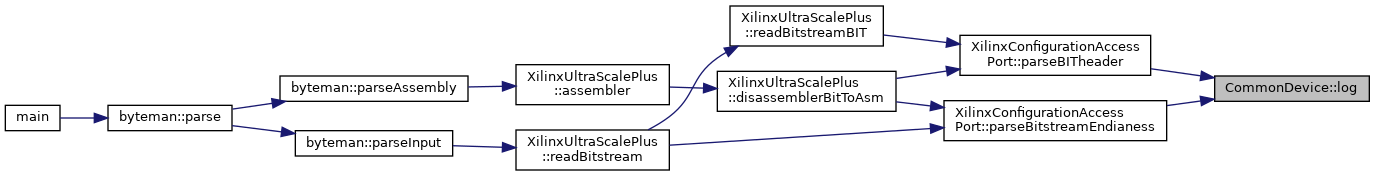
Before: classCommonDevice_aa42337dfb4b5ff34a063c2145ab87478_icgraph.png, a diagram exported from Graphviz (FPGA-Research-Manchester/byteman). Its source is kept beside it as classCommonDevice_aa42337dfb4b5ff34a063c2145ab87478_icgraph.dot.
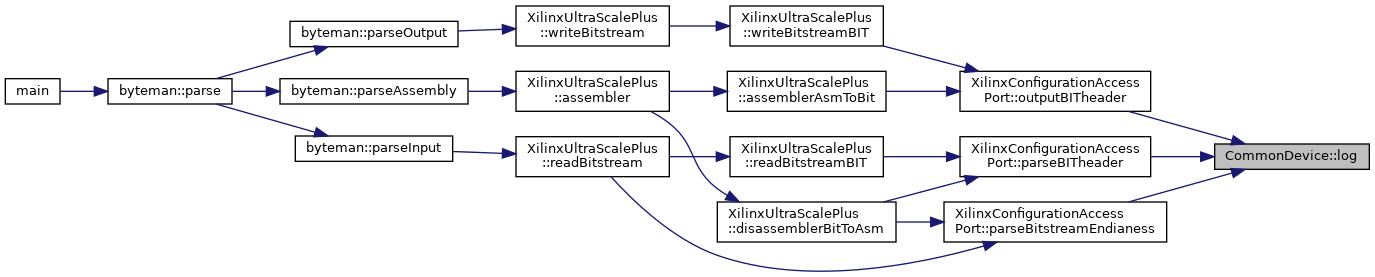
The same diagram one commit later.

Diff of the diagram source:
```diff
@@ -5,9 +5,9 @@
   rankdir="RL";
   Node1 [label="CommonDevice::log",height=0.2,width=0.4,color="black", fillcolor="grey75", style="filled", fontcolor="black",tooltip=" "];
   Node1 -> Node2 [dir="back",color="midnightblue",fontsize="10",style="solid",fontname="Helvetica"];
-  Node2 [label="XilinxConfigurationAccess\lPort::parseBITheader",height=0.2,width=0.4,color="black", fillcolor="white", style="filled",URL="$classXilinxConfigurationAccessPort.html#a0eb1cd9757987010e6879268ae412b4e",tooltip=" "];
+  Node2 [label="XilinxConfigurationAccess\lPort::outputBITheader",height=0.2,width=0.4,color="black", fillcolor="white", style="filled",URL="$classXilinxConfigurationAccessPort.html#a80c8f1b9404adad15c0eb26612e0f028",tooltip=" "];
   Node2 -> Node3 [dir="back",color="midnightblue",fontsize="10",style="solid",fontname="Helvetica"];
-  Node3 [label="XilinxUltraScalePlus\l::disassemblerBitToAsm",height=0.2,width=0.4,color="black", fillcolor="white", style="filled",URL="$classXilinxUltraScalePlus.html#a54f9af4b6723a99c0b9e8e9c9b424d00",tooltip=" "];
+  Node3 [label="XilinxUltraScalePlus\l::assemblerAsmToBit",height=0.2,width=0.4,color="black", fillcolor="white", style="filled",URL="$classXilinxUltraScalePlus.html#a058802c627c4177c6fd88ca079551207",tooltip=" "];
   Node3 -> Node4 [dir="back",color="midnightblue",fontsize="10",style="solid",fontname="Helvetica"];
   Node4 [label="XilinxUltraScalePlus\l::assembler",height=0.2,width=0.4,color="black", fillcolor="white", style="filled",URL="$classXilinxUltraScalePlus.html#a53e5f6ec962f1f2a961f90b8b9e90e10",tooltip=" "];
   Node4 -> Node5 [dir="back",color="midnightblue",fontsize="10",style="solid",fontname="Helvetica"];
@@ -17,14 +17,26 @@
   Node6 -> Node7 [dir="back",color="midnightblue",fontsize="10",style="solid",fontname="Helvetica"];
   Node7 [label="main",height=0.2,width=0.4,color="black", fillcolor="white", style="filled",URL="$byteman_8cpp.html#a0ddf1224851353fc92bfbff6f499fa97",tooltip=" "];
   Node2 -> Node8 [dir="back",color="midnightblue",fontsize="10",style="solid",fontname="Helvetica"];
-  Node8 [label="XilinxUltraScalePlus\l::readBitstreamBIT",height=0.2,width=0.4,color="black", fillcolor="white", style="filled",URL="$classXilinxUltraScalePlus.html#a62dea738808396d7d520f26d8e5594d2",tooltip=" "];
+  Node8 [label="XilinxUltraScalePlus\l::writeBitstreamBIT",height=0.2,width=0.4,color="black", fillcolor="white", style="filled",URL="$classXilinxUltraScalePlus.html#aafc764306446548f9127f3e30759af49",tooltip=" "];
   Node8 -> Node9 [dir="back",color="midnightblue",fontsize="10",style="solid",fontname="Helvetica"];
-  Node9 [label="XilinxUltraScalePlus\l::readBitstream",height=0.2,width=0.4,color="black", fillcolor="white", style="filled",URL="$classXilinxUltraScalePlus.html#a0e5d08a2e5c37a29a1a04d50b48739d2",tooltip=" "];
+  Node9 [label="XilinxUltraScalePlus\l::writeBitstream",height=0.2,width=0.4,color="black", fillcolor="white", style="filled",URL="$classXilinxUltraScalePlus.html#a7f2a7c34766d004adc6f1cfe1bdd62e7",tooltip=" "];
   Node9 -> Node10 [dir="back",color="midnightblue",fontsize="10",style="solid",fontname="Helvetica"];
-  Node10 [label="byteman::parseInput",height=0.2,width=0.4,color="black", fillcolor="white", style="filled",URL="$classbyteman.html#ac217ac1dbc512bf44a70b147c0ceff04",tooltip=" "];
+  Node10 [label="byteman::parseOutput",height=0.2,width=0.4,color="black", fillcolor="white", style="filled",URL="$classbyteman.html#a2ff1e5c9e9b542e9f74768b296ace32f",tooltip=" "];
   Node10 -> Node6 [dir="back",color="midnightblue",fontsize="10",style="solid",fontname="Helvetica"];
   Node1 -> Node11 [dir="back",color="midnightblue",fontsize="10",style="solid",fontname="Helvetica"];
-  Node11 [label="XilinxConfigurationAccess\lPort::parseBitstreamEndianess",height=0.2,width=0.4,color="black", fillcolor="white", style="filled",URL="$classXilinxConfigurationAccessPort.html#aa9ff2ea1e4257936ddeda62415f863c8",tooltip=" "];
-  Node11 -> Node3 [dir="back",color="midnightblue",fontsize="10",style="solid",fontname="Helvetica"];
-  Node11 -> Node9 [dir="back",color="midnightblue",fontsize="10",style="solid",fontname="Helvetica"];
+  Node11 [label="XilinxConfigurationAccess\lPort::parseBITheader",height=0.2,width=0.4,color="black", fillcolor="white", style="filled",URL="$classXilinxConfigurationAccessPort.html#a0eb1cd9757987010e6879268ae412b4e",tooltip=" "];
+  Node11 -> Node12 [dir="back",color="midnightblue",fontsize="10",style="solid",fontname="Helvetica"];
+  Node12 [label="XilinxUltraScalePlus\l::disassemblerBitToAsm",height=0.2,width=0.4,color="black", fillcolor="white", style="filled",URL="$classXilinxUltraScalePlus.html#a54f9af4b6723a99c0b9e8e9c9b424d00",tooltip=" "];
+  Node12 -> Node4 [dir="back",color="midnightblue",fontsize="10",style="solid",fontname="Helvetica"];
+  Node11 -> Node13 [dir="back",color="midnightblue",fontsize="10",style="solid",fontname="Helvetica"];
+  Node13 [label="XilinxUltraScalePlus\l::readBitstreamBIT",height=0.2,width=0.4,color="black", fillcolor="white", style="filled",URL="$classXilinxUltraScalePlus.html#a62dea738808396d7d520f26d8e5594d2",tooltip=" "];
+  Node13 -> Node14 [dir="back",color="midnightblue",fontsize="10",style="solid",fontname="Helvetica"];
+  Node14 [label="XilinxUltraScalePlus\l::readBitstream",height=0.2,width=0.4,color="black", fillcolor="white", style="filled",URL="$classXilinxUltraScalePlus.html#a0e5d08a2e5c37a29a1a04d50b48739d2",tooltip=" "];
+  Node14 -> Node15 [dir="back",color="midnightblue",fontsize="10",style="solid",fontname="Helvetica"];
+  Node15 [label="byteman::parseInput",height=0.2,width=0.4,color="black", fillcolor="white", style="filled",URL="$classbyteman.html#ac217ac1dbc512bf44a70b147c0ceff04",tooltip=" "];
+  Node15 -> Node6 [dir="back",color="midnightblue",fontsize="10",style="solid",fontname="Helvetica"];
+  Node1 -> Node16 [dir="back",color="midnightblue",fontsize="10",style="solid",fontname="Helvetica"];
+  Node16 [label="XilinxConfigurationAccess\lPort::parseBitstreamEndianess",height=0.2,width=0.4,color="black", fillcolor="white", style="filled",URL="$classXilinxConfigurationAccessPort.html#aa9ff2ea1e4257936ddeda62415f863c8",tooltip=" "];
+  Node16 -> Node12 [dir="back",color="midnightblue",fontsize="10",style="solid",fontname="Helvetica"];
+  Node16 -> Node14 [dir="back",color="midnightblue",fontsize="10",style="solid",fontname="Helvetica"];
 }
```
